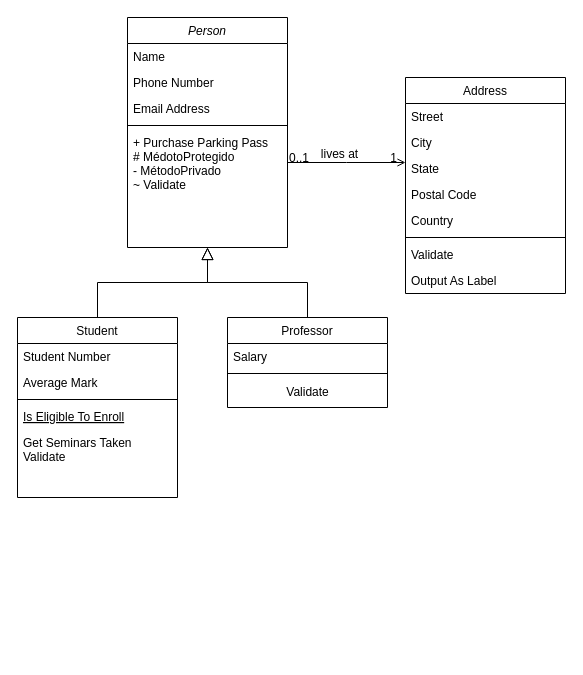
Before: Documentação/Diagramas/IntroducaoOOP.drawio in MoongyProjetos/architecture-and-design-patterns, a draw.io diagram. Source tidied: cells renumbered, new cells numbered last; positions are measured from the earlier drawing's top-left corner, leaving out a move shared by most shapes. Both pictures are drawn from the tidied source at 100%, with x=0, y=0 at pixel (17, 17).
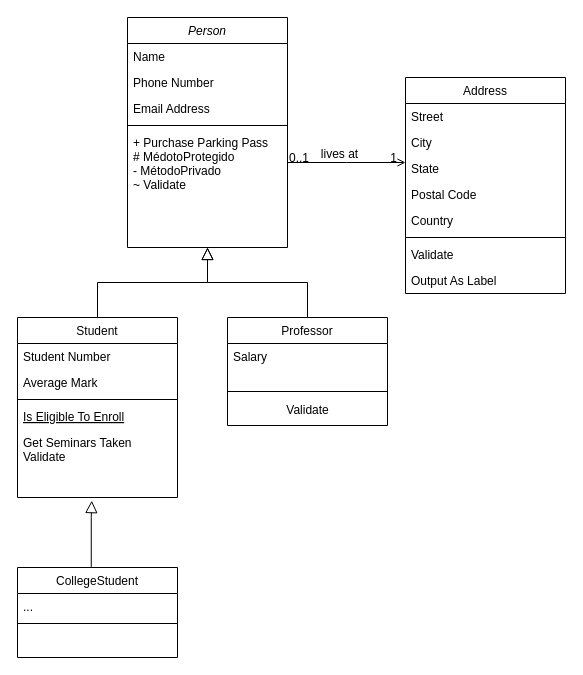
After the change.

The change refers to these unchanged cells:
```xml
<mxCell id="13" value="Get Seminars Taken&#10;Validate" style="text;align=left;verticalAlign=top;spacingLeft=4;spacingRight=4;overflow=hidden;points=[[0,0.5],[1,0.5]];portConstraint=eastwest;" parent="8" vertex="1">
  <mxGeometry y="112" width="160" height="68" as="geometry" />
</mxCell>
```

The edit, as a diff of the source:
```diff
@@
     <mxCell id="15" value="Professor" style="swimlane;fontStyle=0;align=center;verticalAlign=top;horizontal=1;startSize=26;rounded=0;shadow=0;strokeWidth=1;" parent="1" vertex="1">
-      <mxGeometry x="210" y="300" width="160" height="90" as="geometry" />
+      <mxGeometry x="210" y="300" width="160" height="108" as="geometry" />
     </mxCell>
     <mxCell id="16" value="Salary" style="text;align=left;verticalAlign=top;spacingLeft=4;spacingRight=4;overflow=hidden;" parent="15" vertex="1">
-      <mxGeometry y="26" width="160" height="26" as="geometry" />
+      <mxGeometry y="26" width="160" height="44" as="geometry" />
     </mxCell>
     <mxCell id="17" style="line;html=1;strokeWidth=1;align=left;verticalAlign=middle;spacingTop=-1;spacingLeft=3;spacingRight=3;labelPosition=right;" parent="15" vertex="1">
-      <mxGeometry y="52" width="160" height="8" as="geometry" />
+      <mxGeometry y="70" width="160" height="8" as="geometry" />
     </mxCell>
     <mxCell id="18" value="Validate" style="text;html=1;align=center;verticalAlign=middle;strokeColor=none;fillColor=none;" parent="15" vertex="1">
-      <mxGeometry y="60" width="160" height="30" as="geometry" />
+      <mxGeometry y="78" width="160" height="30" as="geometry" />
     </mxCell>
@@
+    <mxCell id="33" value="CollegeStudent" style="swimlane;fontStyle=0;align=center;verticalAlign=top;horizontal=1;startSize=26;rounded=0;shadow=0;strokeWidth=1;" parent="1" vertex="1">
+      <mxGeometry y="550" width="160" height="90" as="geometry" />
+    </mxCell>
+    <mxCell id="34" value="..." style="text;align=left;verticalAlign=top;spacingLeft=4;spacingRight=4;overflow=hidden;" parent="33" vertex="1">
+      <mxGeometry y="26" width="160" height="26" as="geometry" />
+    </mxCell>
+    <mxCell id="35" style="line;html=1;strokeWidth=1;align=left;verticalAlign=middle;spacingTop=-1;spacingLeft=3;spacingRight=3;labelPosition=right;" parent="33" vertex="1">
+      <mxGeometry y="52" width="160" height="8" as="geometry" />
+    </mxCell>
+    <mxCell id="36" style="endArrow=block;endSize=10;endFill=0;shadow=0;strokeWidth=1;rounded=0;edgeStyle=elbowEdgeStyle;elbow=vertical;entryX=0.464;entryY=1.046;entryDx=0;entryDy=0;entryPerimeter=0;exitX=0.461;exitY=-0.007;exitDx=0;exitDy=0;exitPerimeter=0;" parent="1" edge="1" source="33" target="13">
+      <mxGeometry relative="1" as="geometry">
+        <Array as="points">
+          <mxPoint x="80" y="500" />
+          <mxPoint x="120" y="520" />
+        </Array>
+      </mxGeometry>
+    </mxCell>
```
